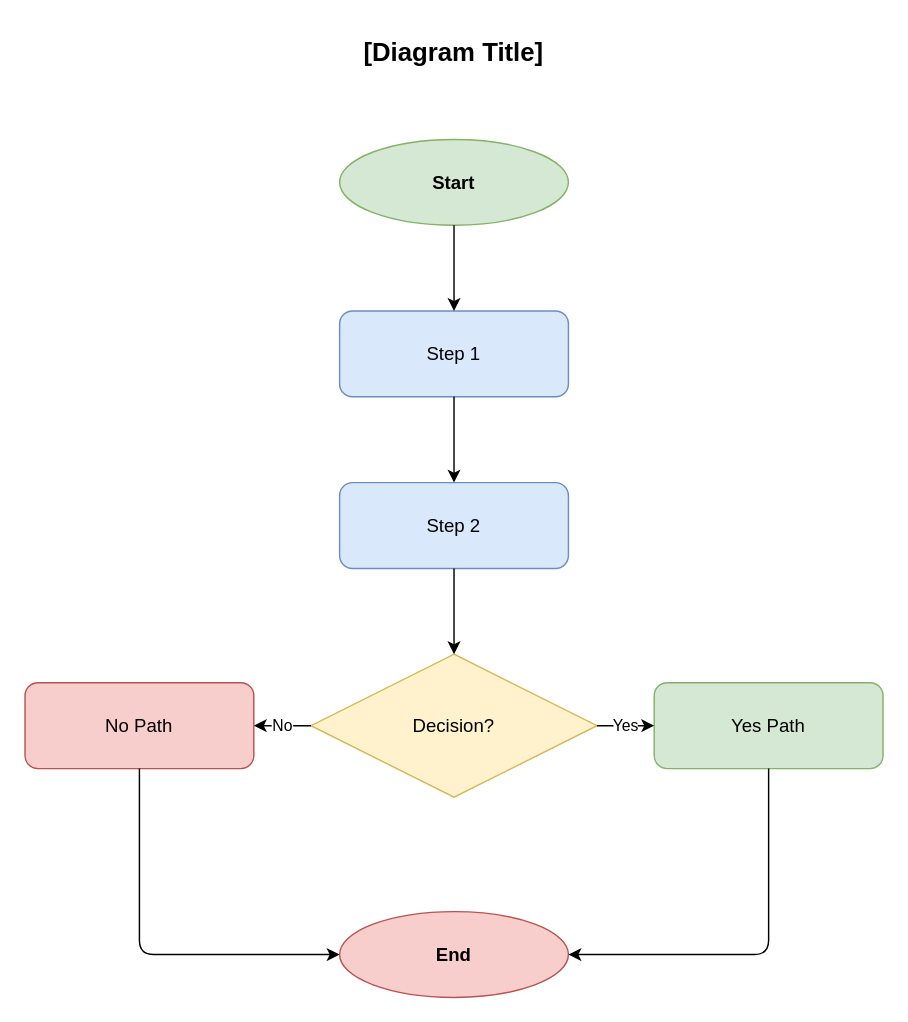
Before: .github/skills/draw-io-diagram-generator/assets/templates/flowchart.drawio in paulasilvatech/datacorp-sifap-team-kit-pt-br, a draw.io diagram. Source tidied: cells renumbered, new cells numbered last; positions are measured from the earlier drawing's top-left corner, leaving out a move shared by most shapes. Both pictures are drawn from the tidied source at 143%, with x=0, y=0 at pixel (24, 24).
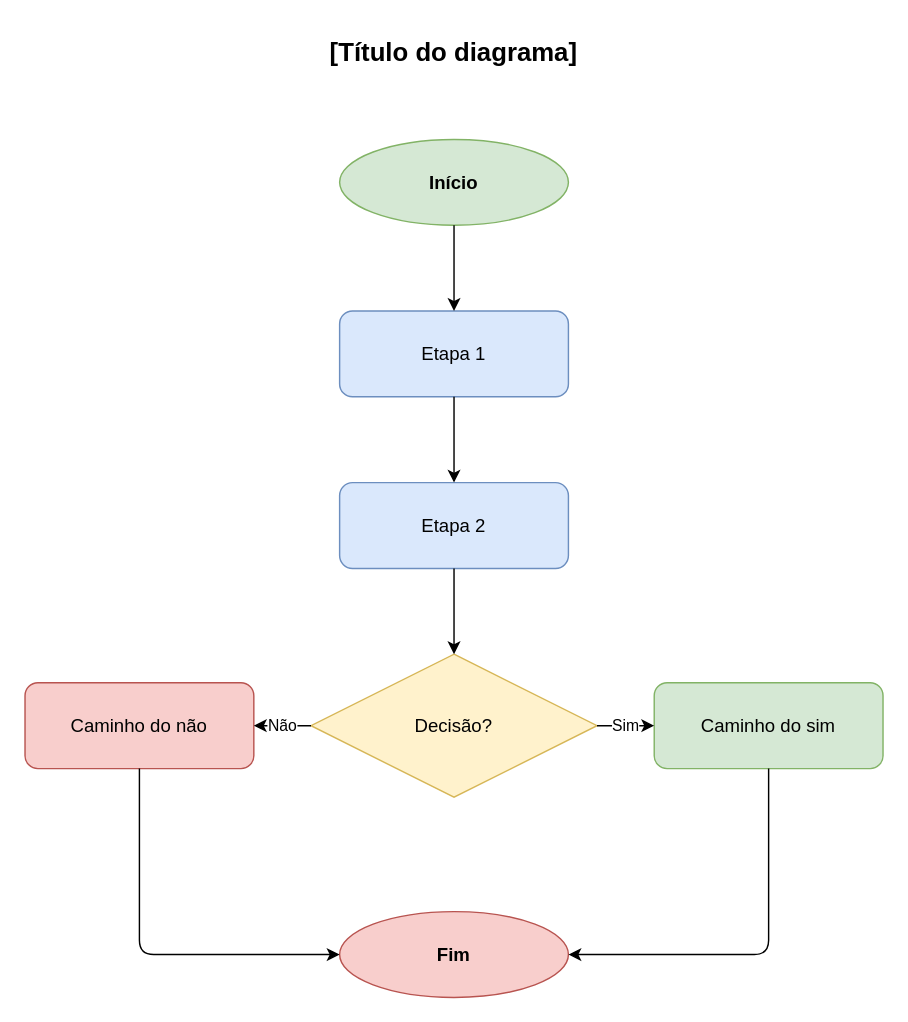
The same diagram, later.

Diff of the diagram source:
```diff
@@
 <mxGraphModel>
   <root>
     <mxCell id="0" />
     <mxCell id="1" parent="0" />
-    <mxCell id="2" value="[Diagram Title]" style="text;html=1;strokeColor=none;fillColor=none;align=center;verticalAlign=middle;whiteSpace=wrap;rounded=0;fontSize=18;fontStyle=1;" parent="1" vertex="1">
+    <mxCell id="2" value="[Título do diagrama]" style="text;html=1;strokeColor=none;fillColor=none;align=center;verticalAlign=middle;whiteSpace=wrap;rounded=0;fontSize=18;fontStyle=1;" parent="1" vertex="1">
       <mxGeometry x="100" width="400" height="40" as="geometry" />
     </mxCell>
-    <mxCell id="3" value="Start" style="ellipse;whiteSpace=wrap;html=1;fillColor=#d5e8d4;strokeColor=#82b366;fontSize=13;fontStyle=1;" parent="1" vertex="1">
+    <mxCell id="3" value="Início" style="ellipse;whiteSpace=wrap;html=1;fillColor=#d5e8d4;strokeColor=#82b366;fontSize=13;fontStyle=1;" parent="1" vertex="1">
       <mxGeometry x="220" y="80" width="160" height="60" as="geometry" />
     </mxCell>
-    <mxCell id="4" value="Step 1" style="rounded=1;whiteSpace=wrap;html=1;fillColor=#dae8fc;strokeColor=#6c8ebf;fontSize=13;" parent="1" vertex="1">
+    <mxCell id="4" value="Etapa 1" style="rounded=1;whiteSpace=wrap;html=1;fillColor=#dae8fc;strokeColor=#6c8ebf;fontSize=13;" parent="1" vertex="1">
       <mxGeometry x="220" y="200" width="160" height="60" as="geometry" />
     </mxCell>
-    <mxCell id="5" value="Step 2" style="rounded=1;whiteSpace=wrap;html=1;fillColor=#dae8fc;strokeColor=#6c8ebf;fontSize=13;" parent="1" vertex="1">
+    <mxCell id="5" value="Etapa 2" style="rounded=1;whiteSpace=wrap;html=1;fillColor=#dae8fc;strokeColor=#6c8ebf;fontSize=13;" parent="1" vertex="1">
       <mxGeometry x="220" y="320" width="160" height="60" as="geometry" />
     </mxCell>
-    <mxCell id="6" value="Decision?" style="rhombus;whiteSpace=wrap;html=1;fillColor=#fff2cc;strokeColor=#d6b656;fontSize=13;" parent="1" vertex="1">
+    <mxCell id="6" value="Decisão?" style="rhombus;whiteSpace=wrap;html=1;fillColor=#fff2cc;strokeColor=#d6b656;fontSize=13;" parent="1" vertex="1">
       <mxGeometry x="200" y="440" width="200" height="100" as="geometry" />
     </mxCell>
-    <mxCell id="7" value="Yes Path" style="rounded=1;whiteSpace=wrap;html=1;fillColor=#d5e8d4;strokeColor=#82b366;fontSize=13;" parent="1" vertex="1">
+    <mxCell id="7" value="Caminho do sim" style="rounded=1;whiteSpace=wrap;html=1;fillColor=#d5e8d4;strokeColor=#82b366;fontSize=13;" parent="1" vertex="1">
       <mxGeometry x="440" y="460" width="160" height="60" as="geometry" />
     </mxCell>
-    <mxCell id="8" value="No Path" style="rounded=1;whiteSpace=wrap;html=1;fillColor=#f8cecc;strokeColor=#b85450;fontSize=13;" parent="1" vertex="1">
+    <mxCell id="8" value="Caminho do não" style="rounded=1;whiteSpace=wrap;html=1;fillColor=#f8cecc;strokeColor=#b85450;fontSize=13;" parent="1" vertex="1">
       <mxGeometry y="460" width="160" height="60" as="geometry" />
     </mxCell>
-    <mxCell id="9" value="End" style="ellipse;whiteSpace=wrap;html=1;fillColor=#f8cecc;strokeColor=#b85450;fontSize=13;fontStyle=1;" parent="1" vertex="1">
+    <mxCell id="9" value="Fim" style="ellipse;whiteSpace=wrap;html=1;fillColor=#f8cecc;strokeColor=#b85450;fontSize=13;fontStyle=1;" parent="1" vertex="1">
       <mxGeometry x="220" y="620" width="160" height="60" as="geometry" />
     </mxCell>
     <mxCell id="10" style="edgeStyle=orthogonalEdgeStyle;html=1;" parent="1" edge="1" source="3" target="4">
       <mxGeometry relative="1" as="geometry" />
     </mxCell>
     <mxCell id="11" style="edgeStyle=orthogonalEdgeStyle;html=1;" parent="1" edge="1" source="4" target="5">
       <mxGeometry relative="1" as="geometry" />
     </mxCell>
     <mxCell id="12" style="edgeStyle=orthogonalEdgeStyle;html=1;" parent="1" edge="1" source="5" target="6">
       <mxGeometry relative="1" as="geometry" />
     </mxCell>
-    <mxCell id="13" value="Yes" style="edgeStyle=orthogonalEdgeStyle;html=1;" parent="1" edge="1" source="6" target="7">
+    <mxCell id="13" value="Sim" style="edgeStyle=orthogonalEdgeStyle;html=1;" parent="1" edge="1" source="6" target="7">
       <mxGeometry relative="1" as="geometry" />
     </mxCell>
-    <mxCell id="14" value="No" style="edgeStyle=orthogonalEdgeStyle;html=1;" parent="1" edge="1" source="6" target="8">
+    <mxCell id="14" value="Não" style="edgeStyle=orthogonalEdgeStyle;html=1;" parent="1" edge="1" source="6" target="8">
       <mxGeometry relative="1" as="geometry" />
     </mxCell>
     <mxCell id="15" style="edgeStyle=orthogonalEdgeStyle;html=1;" parent="1" edge="1" source="7" target="9">
       <mxGeometry relative="1" as="geometry">
         <Array as="points">
           <mxPoint x="520" y="650" />
         </Array>
       </mxGeometry>
     </mxCell>
     <mxCell id="16" style="edgeStyle=orthogonalEdgeStyle;html=1;" parent="1" edge="1" source="8" target="9">
       <mxGeometry relative="1" as="geometry">
         <Array as="points">
           <mxPoint x="80" y="650" />
         </Array>
       </mxGeometry>
     </mxCell>
   </root>
 </mxGraphModel>
```
